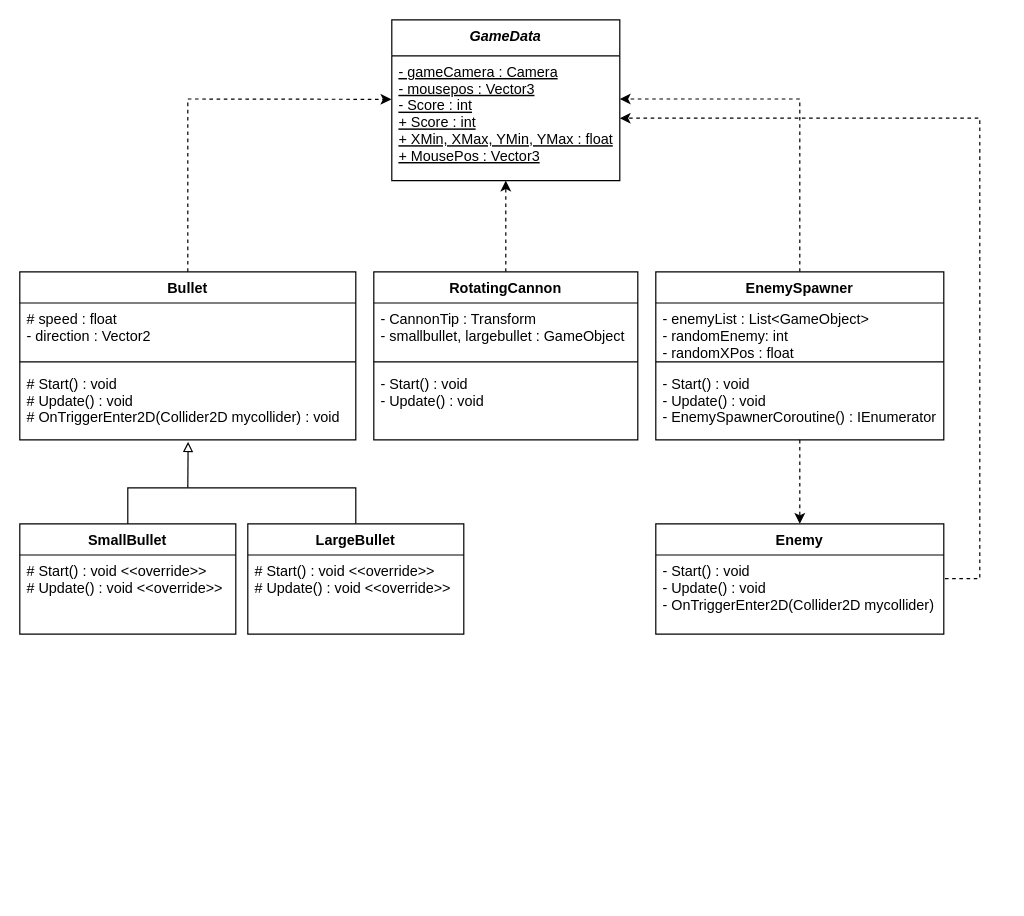
The draw.io diagram ClassDiagrams/Neil_Casha_61A_SuperCannon_Class_Diagram.drawio in cashaneil/OOPMM-MSD6-1A-21-22, before the edit. Source tidied: cells renumbered, new cells numbered last; positions are measured from the earlier drawing's top-left corner, leaving out a move shared by most shapes. Both pictures are drawn from the tidied source at 120%, with x=0, y=0 at pixel (19, 19).
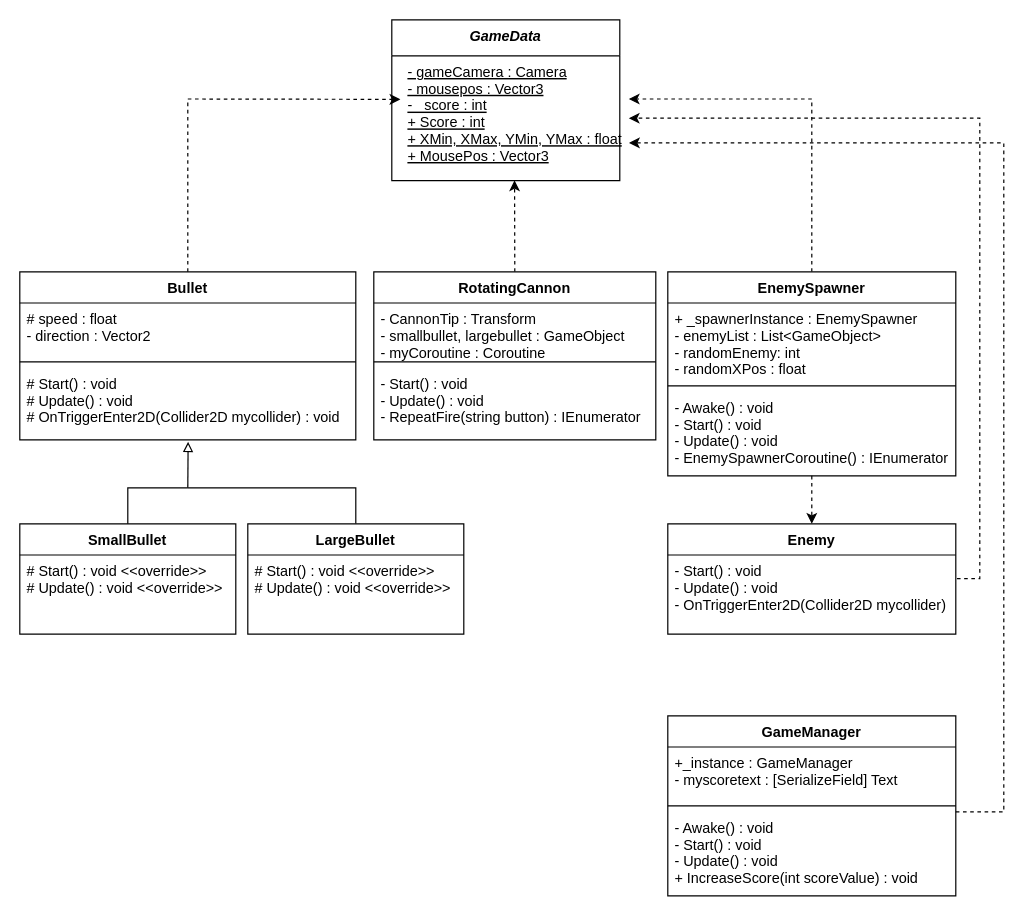
The same diagram, later.

Commit message (it also covers changes not shown here):
SuperCannon - EnemySpawner Singleton, 1 sec Repeat Fire - Updated on UML

The change refers to these unchanged cells:
```xml
<mxCell id="6" value="GameData" style="swimlane;fontStyle=3;align=center;verticalAlign=top;horizontal=1;startSize=30;" parent="1" vertex="1">
  <mxGeometry x="310" width="190" height="134" as="geometry" />
</mxCell>
```

Diff of the diagram source:
```diff
@@
-    <mxCell id="7" value="- gameCamera : Camera&#10;- mousepos : Vector3&#10;- Score : int&#10;+ Score : int&#10;+ XMin, XMax, YMin, YMax : float&#10;+ MousePos : Vector3" style="text;strokeColor=none;fillColor=none;align=left;verticalAlign=top;spacingLeft=4;spacingRight=4;overflow=hidden;points=[[0,0.5],[1,0.5]];portConstraint=eastwest;fontStyle=4;" parent="6" vertex="1">
-      <mxGeometry y="30" width="190" height="104" as="geometry" />
-    </mxCell>
@@
-    <mxCell id="9" style="edgeStyle=none;rounded=0;jettySize=auto;html=1;dashed=1;exitX=0.5;exitY=0;exitDx=0;exitDy=0;entryX=0.5;entryY=1;entryDx=0;entryDy=0;" parent="1" edge="1" source="10" target="6">
+    <mxCell id="9" style="edgeStyle=none;rounded=0;jettySize=auto;html=1;dashed=1;exitX=0.5;exitY=0;exitDx=0;exitDy=0;entryX=0.499;entryY=0.998;entryDx=0;entryDy=0;entryPerimeter=0;" parent="1" edge="1" source="10" target="7">
       <mxGeometry relative="1" as="geometry" />
     </mxCell>
     <mxCell id="10" value="RotatingCannon" style="swimlane;fontStyle=1;align=center;verticalAlign=top;horizontal=1;startSize=26;" parent="1" vertex="1">
-      <mxGeometry x="295" y="210" width="220" height="140" as="geometry" />
+      <mxGeometry x="295" y="210" width="235" height="140" as="geometry" />
     </mxCell>
-    <mxCell id="11" value="- CannonTip : Transform&#10;- smallbullet, largebullet : GameObject" style="text;strokeColor=none;fillColor=none;align=left;verticalAlign=top;spacingLeft=4;spacingRight=4;overflow=hidden;" parent="10" vertex="1">
-      <mxGeometry y="26" width="220" height="44" as="geometry" />
+    <mxCell id="11" value="- CannonTip : Transform&#10;- smallbullet, largebullet : GameObject&#10;- myCoroutine : Coroutine" style="text;strokeColor=none;fillColor=none;align=left;verticalAlign=top;spacingLeft=4;spacingRight=4;overflow=hidden;" parent="10" vertex="1">
+      <mxGeometry y="26" width="235" height="44" as="geometry" />
     </mxCell>
     <mxCell id="12" style="line;strokeWidth=1;fillColor=none;align=left;verticalAlign=middle;spacingTop=-1;spacingLeft=3;spacingRight=3;labelPosition=right;" parent="10" vertex="1">
-      <mxGeometry y="70" width="220" height="10" as="geometry" />
+      <mxGeometry y="70" width="235" height="10" as="geometry" />
     </mxCell>
-    <mxCell id="13" value="- Start() : void&#10;- Update() : void" style="text;strokeColor=none;fillColor=none;align=left;verticalAlign=top;spacingLeft=4;spacingRight=4;overflow=hidden;" parent="10" vertex="1">
-      <mxGeometry y="80" width="220" height="60" as="geometry" />
+    <mxCell id="13" value="- Start() : void&#10;- Update() : void&#10;- RepeatFire(string button) : IEnumerator" style="text;strokeColor=none;fillColor=none;align=left;verticalAlign=top;spacingLeft=4;spacingRight=4;overflow=hidden;" parent="10" vertex="1">
+      <mxGeometry y="80" width="235" height="60" as="geometry" />
     </mxCell>
     <mxCell id="14" style="edgeStyle=none;rounded=0;jettySize=auto;html=1;dashed=1;exitX=0.5;exitY=0;exitDx=0;exitDy=0;entryX=1;entryY=0.346;entryDx=0;entryDy=0;entryPerimeter=0;" parent="1" edge="1" source="15" target="7">
       <mxGeometry relative="1" as="geometry">
         <Array as="points">
-          <mxPoint x="650" y="66" />
+          <mxPoint x="660" y="66" />
         </Array>
       </mxGeometry>
     </mxCell>
     <mxCell id="15" value="EnemySpawner" style="swimlane;fontStyle=1;align=center;verticalAlign=top;horizontal=1;startSize=26;" parent="1" vertex="1">
-      <mxGeometry x="530" y="210" width="240" height="140" as="geometry" />
+      <mxGeometry x="540" y="210" width="240" height="170" as="geometry" />
     </mxCell>
-    <mxCell id="16" value="- enemyList : List&lt;GameObject&gt;&#10;- randomEnemy: int&#10;- randomXPos : float" style="text;strokeColor=none;fillColor=none;align=left;verticalAlign=top;spacingLeft=4;spacingRight=4;overflow=hidden;" parent="15" vertex="1">
-      <mxGeometry y="26" width="240" height="44" as="geometry" />
+    <mxCell id="16" value="+ _spawnerInstance : EnemySpawner&#10;- enemyList : List&lt;GameObject&gt;&#10;- randomEnemy: int&#10;- randomXPos : float" style="text;strokeColor=none;fillColor=none;align=left;verticalAlign=top;spacingLeft=4;spacingRight=4;overflow=hidden;" parent="15" vertex="1">
+      <mxGeometry y="26" width="240" height="64" as="geometry" />
     </mxCell>
     <mxCell id="17" style="line;strokeWidth=1;fillColor=none;align=left;verticalAlign=middle;spacingTop=-1;spacingLeft=3;spacingRight=3;labelPosition=right;" parent="15" vertex="1">
-      <mxGeometry y="70" width="240" height="10" as="geometry" />
+      <mxGeometry y="90" width="240" height="10" as="geometry" />
     </mxCell>
-    <mxCell id="18" value="- Start() : void&#10;- Update() : void&#10;- EnemySpawnerCoroutine() : IEnumerator" style="text;strokeColor=none;fillColor=none;align=left;verticalAlign=top;spacingLeft=4;spacingRight=4;overflow=hidden;points=[[0,0.5],[1,0.5]];portConstraint=eastwest;" parent="15" vertex="1">
-      <mxGeometry y="80" width="240" height="60" as="geometry" />
+    <mxCell id="18" value="- Awake() : void&#10;- Start() : void&#10;- Update() : void&#10;- EnemySpawnerCoroutine() : IEnumerator" style="text;strokeColor=none;fillColor=none;align=left;verticalAlign=top;spacingLeft=4;spacingRight=4;overflow=hidden;points=[[0,0.5],[1,0.5]];portConstraint=eastwest;" parent="15" vertex="1">
+      <mxGeometry y="100" width="240" height="70" as="geometry" />
     </mxCell>
@@
     <mxCell id="26" value="Enemy" style="swimlane;fontStyle=1;align=center;verticalAlign=top;horizontal=1;startSize=26;" parent="1" vertex="1">
-      <mxGeometry x="530" y="420" width="240" height="92" as="geometry" />
+      <mxGeometry x="540" y="420" width="240" height="92" as="geometry" />
     </mxCell>
@@
+    <mxCell id="7" value="- gameCamera : Camera&#10;- mousepos : Vector3&#10;- _score : int&#10;+ Score : int&#10;+ XMin, XMax, YMin, YMax : float&#10;+ MousePos : Vector3" style="text;strokeColor=none;fillColor=none;align=left;verticalAlign=top;spacingLeft=4;spacingRight=4;overflow=hidden;points=[[0,0.5],[1,0.5]];portConstraint=eastwest;fontStyle=4;" parent="1" vertex="1">
+      <mxGeometry x="317.5" y="30" width="190" height="104" as="geometry" />
+    </mxCell>
+    <mxCell id="30" style="edgeStyle=orthogonalEdgeStyle;rounded=0;jettySize=auto;html=1;entryX=1.001;entryY=0.698;entryDx=0;entryDy=0;entryPerimeter=0;dashed=1;" parent="1" edge="1" source="31" target="7">
+      <mxGeometry relative="1" as="geometry">
+        <Array as="points">
+          <mxPoint x="820" y="660" />
+          <mxPoint x="820" y="103" />
+        </Array>
+      </mxGeometry>
+    </mxCell>
+    <mxCell id="31" value="GameManager" style="swimlane;fontStyle=1;align=center;verticalAlign=top;horizontal=1;startSize=26;" parent="1" vertex="1">
+      <mxGeometry x="540" y="580" width="240" height="150" as="geometry" />
+    </mxCell>
+    <mxCell id="32" value="+_instance : GameManager&#10;- myscoretext : [SerializeField] Text" style="text;strokeColor=none;fillColor=none;align=left;verticalAlign=top;spacingLeft=4;spacingRight=4;overflow=hidden;fontStyle=0;" parent="31" vertex="1">
+      <mxGeometry y="26" width="240" height="44" as="geometry" />
+    </mxCell>
+    <mxCell id="33" style="line;strokeWidth=1;fillColor=none;align=left;verticalAlign=middle;spacingTop=-1;spacingLeft=3;spacingRight=3;labelPosition=right;" parent="31" vertex="1">
+      <mxGeometry y="70" width="240" height="10" as="geometry" />
+    </mxCell>
+    <mxCell id="34" value="- Awake() : void&#10;- Start() : void&#10;- Update() : void&#10;+ IncreaseScore(int scoreValue) : void" style="text;strokeColor=none;fillColor=none;align=left;verticalAlign=top;spacingLeft=4;spacingRight=4;overflow=hidden;" parent="31" vertex="1">
+      <mxGeometry y="80" width="240" height="70" as="geometry" />
+    </mxCell>
```
